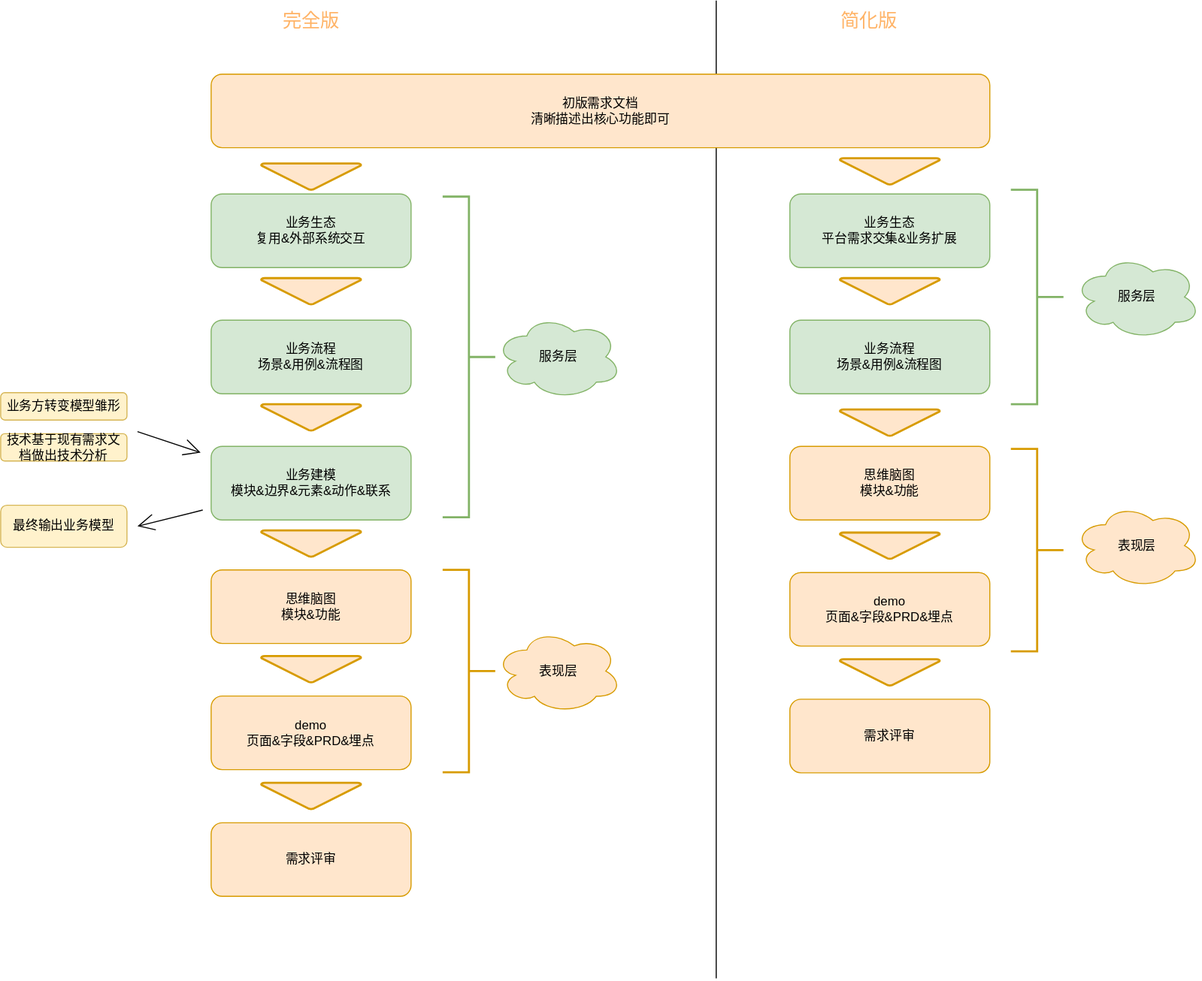
This is ddm.drawio.svg from fsdmp/diagrams, a draw.io export, as it was before one commit. Source tidied: cells renumbered, new cells last; positions are measured from the earlier drawing's top-left corner, leaving out a move shared by most shapes.
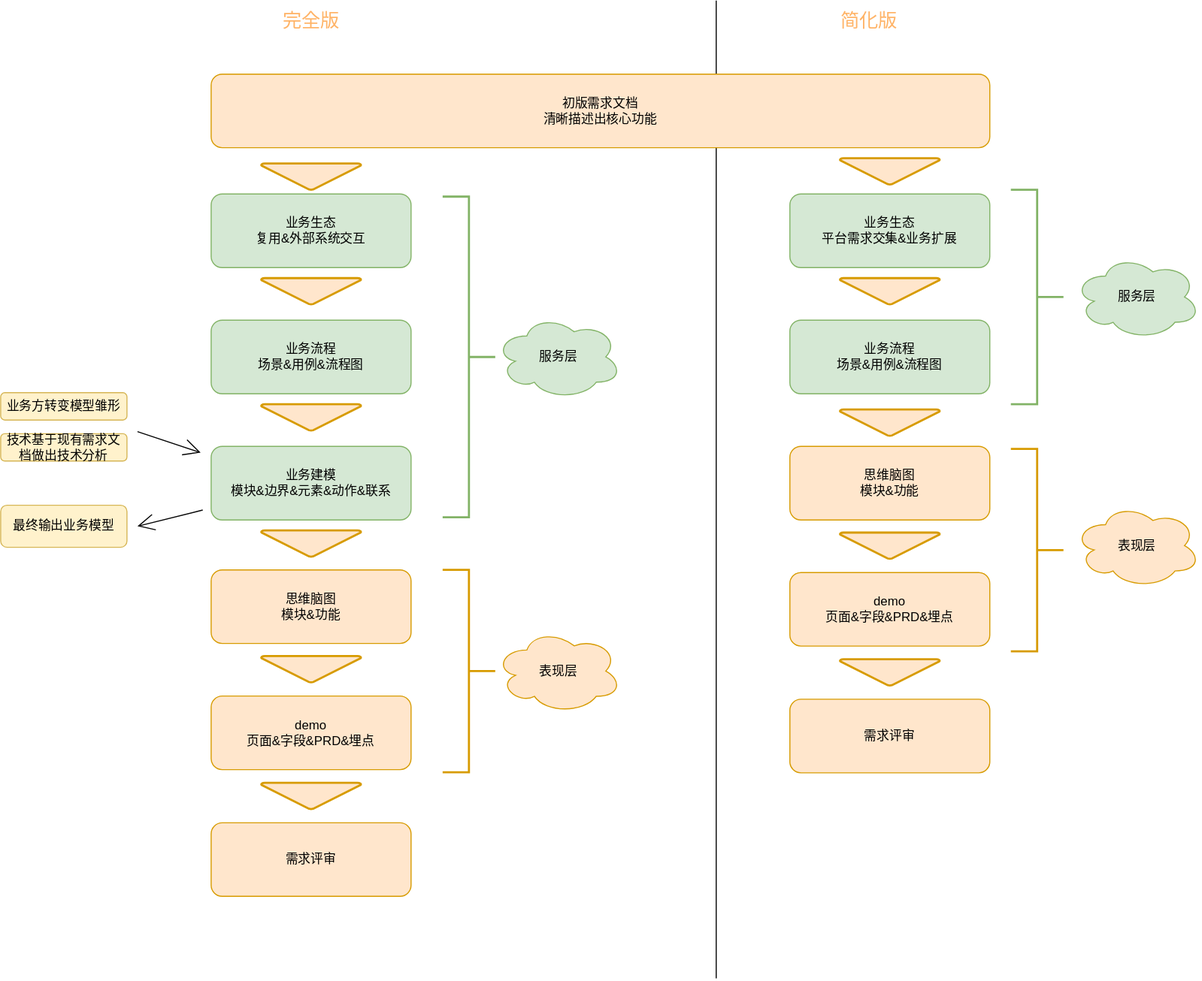
After the commit.

What changed in the source:
```diff
@@ -103,7 +103,7 @@
     <mxCell id="33" style="strokeWidth=2;html=1;shape=mxgraph.flowchart.annotation_2;align=left;labelPosition=right;hachureGap=4;direction=west;fillColor=#d5e8d4;strokeColor=#82b366;" parent="1" vertex="1">
       <mxGeometry x="960" y="180" width="50" height="204" as="geometry" />
     </mxCell>
-    <mxCell id="34" value="初版需求文档&lt;br&gt;清晰描述出核心功能即可&lt;br&gt;" style="rounded=1;whiteSpace=wrap;html=1;hachureGap=4;fillColor=#ffe6cc;strokeColor=#d79b00;" parent="1" vertex="1">
+    <mxCell id="34" value="初版需求文档&lt;br&gt;清晰描述出核心功能&lt;br&gt;" style="rounded=1;whiteSpace=wrap;html=1;hachureGap=4;fillColor=#ffe6cc;strokeColor=#d79b00;" parent="1" vertex="1">
       <mxGeometry x="200" y="70" width="740" height="70" as="geometry" />
     </mxCell>
     <mxCell id="35" style="strokeWidth=2;html=1;shape=mxgraph.flowchart.merge_or_storage;whiteSpace=wrap;hachureGap=4;fillColor=#ffe6cc;strokeColor=#d79b00;" parent="1" vertex="1">
```
